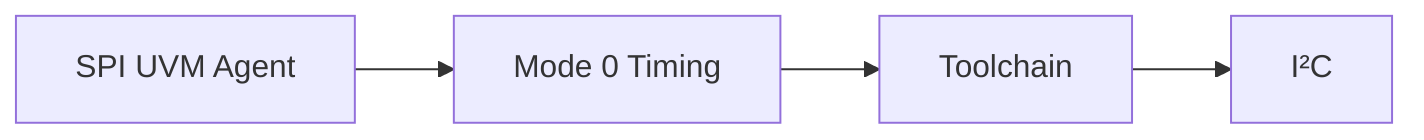
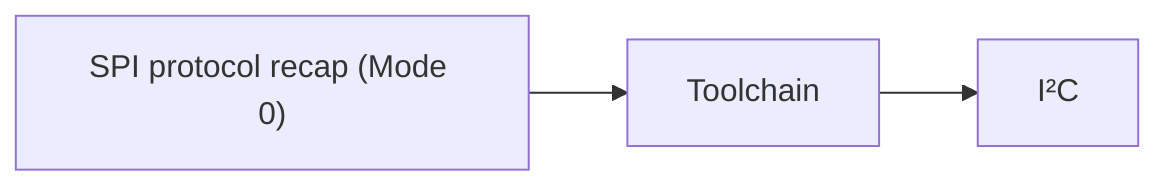
flowchart LR
-   T1["SPI UVM Agent"]
-   T2["Mode 0 Timing"]
+   T1["SPI protocol recap (Mode 0)"]
+   T2["Toolchain"]
  T1 --> T2
-   T3["Toolchain"]
-   T2 --> T3
-   T3 --> N["I²C"]
+   T2 --> N["I²C"]
